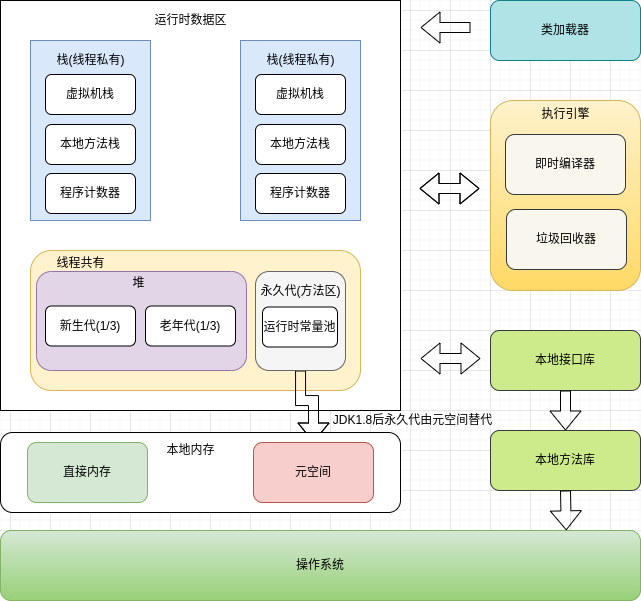
Earlier version of the draw.io export jvm/images/jvm内存概览.png (BigYoungBrother/bricks-doc). Source tidied: cells renumbered, new cells last; positions are measured from the earlier drawing's top-left corner, leaving out a move shared by most shapes. Its diagram source:
```xml
<mxGraphModel>
  <root>
    <mxCell id="0" />
    <mxCell id="1" parent="0" />
    <mxCell id="2" style="rounded=0;whiteSpace=wrap;html=1;" parent="1" vertex="1">
      <mxGeometry width="400" height="410" as="geometry" />
    </mxCell>
    <mxCell id="3" style="rounded=0;whiteSpace=wrap;html=1;fillColor=#dae8fc;strokeColor=#6c8ebf;" parent="1" vertex="1">
      <mxGeometry x="30" y="40" width="120" height="180" as="geometry" />
    </mxCell>
    <mxCell id="4" value="虚拟机栈" style="rounded=1;whiteSpace=wrap;html=1;" parent="1" vertex="1">
      <mxGeometry x="45" y="74" width="90" height="40" as="geometry" />
    </mxCell>
    <mxCell id="5" value="本地方法栈" style="rounded=1;whiteSpace=wrap;html=1;" parent="1" vertex="1">
      <mxGeometry x="45" y="124" width="90" height="40" as="geometry" />
    </mxCell>
    <mxCell id="6" value="程序计数器" style="rounded=1;whiteSpace=wrap;html=1;" parent="1" vertex="1">
      <mxGeometry x="45" y="173" width="90" height="40" as="geometry" />
    </mxCell>
    <mxCell id="7" value="栈(线程私有)" style="text;html=1;align=center;verticalAlign=middle;strokeColor=none;fillColor=none;" parent="1" vertex="1">
      <mxGeometry x="50" y="50" width="80" height="20" as="geometry" />
    </mxCell>
    <mxCell id="8" style="rounded=0;whiteSpace=wrap;html=1;fillColor=#dae8fc;strokeColor=#6c8ebf;" parent="1" vertex="1">
      <mxGeometry x="240" y="40" width="120" height="180" as="geometry" />
    </mxCell>
    <mxCell id="9" value="虚拟机栈" style="rounded=1;whiteSpace=wrap;html=1;" parent="1" vertex="1">
      <mxGeometry x="255" y="74" width="90" height="40" as="geometry" />
    </mxCell>
    <mxCell id="10" value="本地方法栈" style="rounded=1;whiteSpace=wrap;html=1;" parent="1" vertex="1">
      <mxGeometry x="255" y="124" width="90" height="40" as="geometry" />
    </mxCell>
    <mxCell id="11" value="程序计数器" style="rounded=1;whiteSpace=wrap;html=1;" parent="1" vertex="1">
      <mxGeometry x="255" y="173" width="90" height="40" as="geometry" />
    </mxCell>
    <mxCell id="12" value="栈(线程私有)" style="text;html=1;align=center;verticalAlign=middle;strokeColor=none;fillColor=none;" parent="1" vertex="1">
      <mxGeometry x="260" y="50" width="80" height="20" as="geometry" />
    </mxCell>
    <mxCell id="13" style="rounded=1;whiteSpace=wrap;html=1;fillColor=#fff2cc;strokeColor=#d6b656;" parent="1" vertex="1">
      <mxGeometry x="30" y="250" width="330" height="140" as="geometry" />
    </mxCell>
    <mxCell id="14" value="运行时数据区" style="text;html=1;align=center;verticalAlign=middle;strokeColor=none;fillColor=none;" parent="1" vertex="1">
      <mxGeometry x="145" y="10" width="90" height="20" as="geometry" />
    </mxCell>
    <mxCell id="15" value="线程共有" style="text;html=1;align=center;verticalAlign=middle;strokeColor=none;fillColor=none;" parent="1" vertex="1">
      <mxGeometry x="50" y="253" width="60" height="20" as="geometry" />
    </mxCell>
    <mxCell id="16" style="rounded=1;whiteSpace=wrap;html=1;fillColor=#e1d5e7;strokeColor=#9673a6;" parent="1" vertex="1">
      <mxGeometry x="36" y="271" width="210" height="99" as="geometry" />
    </mxCell>
    <mxCell id="17" value="新生代(1/3)" style="rounded=1;whiteSpace=wrap;html=1;" parent="1" vertex="1">
      <mxGeometry x="45" y="305.5" width="90" height="40" as="geometry" />
    </mxCell>
    <mxCell id="18" value="老年代(1/3)" style="rounded=1;whiteSpace=wrap;html=1;" parent="1" vertex="1">
      <mxGeometry x="145" y="305.5" width="90" height="40" as="geometry" />
    </mxCell>
    <mxCell id="19" style="edgeStyle=orthogonalEdgeStyle;rounded=0;jettySize=auto;html=1;shape=flexArrow;" parent="1" edge="1" source="20" target="41">
      <mxGeometry relative="1" as="geometry">
        <Array as="points">
          <mxPoint x="300" y="400" />
          <mxPoint x="313" y="400" />
        </Array>
      </mxGeometry>
    </mxCell>
    <mxCell id="20" style="rounded=1;whiteSpace=wrap;html=1;fillColor=#f5f5f5;strokeColor=#666666;fontColor=#333333;" parent="1" vertex="1">
      <mxGeometry x="255" y="271" width="90" height="99" as="geometry" />
    </mxCell>
    <mxCell id="21" value="堆" style="text;html=1;align=center;verticalAlign=middle;strokeColor=none;fillColor=none;" parent="1" vertex="1">
      <mxGeometry x="123" y="273" width="30" height="20" as="geometry" />
    </mxCell>
    <mxCell id="22" value="永久代(方法区)" style="text;html=1;align=center;verticalAlign=middle;strokeColor=none;fillColor=none;" parent="1" vertex="1">
      <mxGeometry x="250" y="280.5" width="100" height="20" as="geometry" />
    </mxCell>
    <mxCell id="23" value="运行时常量池" style="rounded=1;whiteSpace=wrap;html=1;" parent="1" vertex="1">
      <mxGeometry x="262" y="306.5" width="75" height="40" as="geometry" />
    </mxCell>
    <mxCell id="24" style="shape=flexArrow;endArrow=classic;html=1;rounded=0;" parent="1" edge="1">
      <mxGeometry relative="1" as="geometry">
        <mxPoint x="470" y="27" as="sourcePoint" />
        <mxPoint x="420" y="27" as="targetPoint" />
      </mxGeometry>
    </mxCell>
    <mxCell id="25" value="类加载器" style="rounded=1;whiteSpace=wrap;html=1;fillColor=#b0e3e6;strokeColor=#0e8088;" parent="1" vertex="1">
      <mxGeometry x="490" width="150" height="60" as="geometry" />
    </mxCell>
    <mxCell id="26" value="操作系统" style="rounded=1;whiteSpace=wrap;html=1;fillColor=#d5e8d4;gradientColor=#97d077;strokeColor=#82b366;" parent="1" vertex="1">
      <mxGeometry y="530" width="640" height="70" as="geometry" />
    </mxCell>
    <mxCell id="27" style="rounded=1;whiteSpace=wrap;html=1;fillColor=#fff2cc;gradientColor=#ffd966;strokeColor=#d6b656;" parent="1" vertex="1">
      <mxGeometry x="490" y="100" width="150" height="190" as="geometry" />
    </mxCell>
    <mxCell id="28" value="即时编译器" style="rounded=1;whiteSpace=wrap;html=1;fillColor=#f9f7ed;strokeColor=#36393d;" parent="1" vertex="1">
      <mxGeometry x="505" y="134" width="120" height="60" as="geometry" />
    </mxCell>
    <mxCell id="29" value="垃圾回收器" style="rounded=1;whiteSpace=wrap;html=1;fillColor=#f9f7ed;strokeColor=#36393d;" parent="1" vertex="1">
      <mxGeometry x="506" y="209" width="120" height="60" as="geometry" />
    </mxCell>
    <mxCell id="30" value="执行引擎" style="text;html=1;align=center;verticalAlign=middle;strokeColor=none;fillColor=none;" parent="1" vertex="1">
      <mxGeometry x="535" y="104" width="60" height="20" as="geometry" />
    </mxCell>
    <mxCell id="31" style="shape=flexArrow;endArrow=classic;startArrow=classic;html=1;rounded=0;" parent="1" edge="1">
      <mxGeometry relative="1" as="geometry">
        <mxPoint x="419" y="188" as="sourcePoint" />
        <mxPoint x="479" y="188" as="targetPoint" />
      </mxGeometry>
    </mxCell>
    <mxCell id="32" value="本地接口库" style="rounded=1;whiteSpace=wrap;html=1;fillColor=#cdeb8b;strokeColor=#36393d;" parent="1" vertex="1">
      <mxGeometry x="490" y="330" width="150" height="60" as="geometry" />
    </mxCell>
    <mxCell id="33" style="shape=flexArrow;endArrow=classic;startArrow=classic;html=1;rounded=0;" parent="1" edge="1">
      <mxGeometry relative="1" as="geometry">
        <mxPoint x="419" y="188" as="sourcePoint" />
        <mxPoint x="479" y="188" as="targetPoint" />
      </mxGeometry>
    </mxCell>
    <mxCell id="34" style="shape=flexArrow;endArrow=classic;startArrow=classic;html=1;rounded=0;" parent="1" edge="1">
      <mxGeometry relative="1" as="geometry">
        <mxPoint x="420" y="358" as="sourcePoint" />
        <mxPoint x="480" y="358" as="targetPoint" />
      </mxGeometry>
    </mxCell>
    <mxCell id="35" value="本地方法库" style="rounded=1;whiteSpace=wrap;html=1;fillColor=#cdeb8b;strokeColor=#36393d;" parent="1" vertex="1">
      <mxGeometry x="490" y="430" width="150" height="60" as="geometry" />
    </mxCell>
    <mxCell id="36" style="shape=flexArrow;endArrow=classic;html=1;rounded=0;exitX=0.5;exitY=1;exitDx=0;exitDy=0;" parent="1" edge="1" source="32" target="35">
      <mxGeometry relative="1" as="geometry" />
    </mxCell>
    <mxCell id="37" style="shape=flexArrow;endArrow=classic;html=1;rounded=0;entryX=0.884;entryY=-0.002;entryDx=0;entryDy=0;entryPerimeter=0;exitX=0.5;exitY=1;exitDx=0;exitDy=0;" parent="1" edge="1" source="35" target="26">
      <mxGeometry relative="1" as="geometry" />
    </mxCell>
    <mxCell id="38" style="rounded=1;whiteSpace=wrap;html=1;" parent="1" vertex="1">
      <mxGeometry y="432" width="400" height="80" as="geometry" />
    </mxCell>
    <mxCell id="39" value="本地内存" style="text;html=1;align=center;verticalAlign=middle;strokeColor=none;fillColor=none;" parent="1" vertex="1">
      <mxGeometry x="160" y="440" width="60" height="20" as="geometry" />
    </mxCell>
    <mxCell id="40" value="直接内存" style="rounded=1;whiteSpace=wrap;html=1;fillColor=#d5e8d4;strokeColor=#82b366;" parent="1" vertex="1">
      <mxGeometry x="27" y="442" width="120" height="60" as="geometry" />
    </mxCell>
    <mxCell id="41" value="元空间" style="rounded=1;whiteSpace=wrap;html=1;fillColor=#f8cecc;strokeColor=#b85450;" parent="1" vertex="1">
      <mxGeometry x="253" y="442" width="120" height="60" as="geometry" />
    </mxCell>
    <mxCell id="42" value="JDK1.8后永久代由元空间替代" style="text;html=1;align=center;verticalAlign=middle;strokeColor=none;fillColor=none;" parent="1" vertex="1">
      <mxGeometry x="327" y="410" width="170" height="20" as="geometry" />
    </mxCell>
  </root>
</mxGraphModel>
```
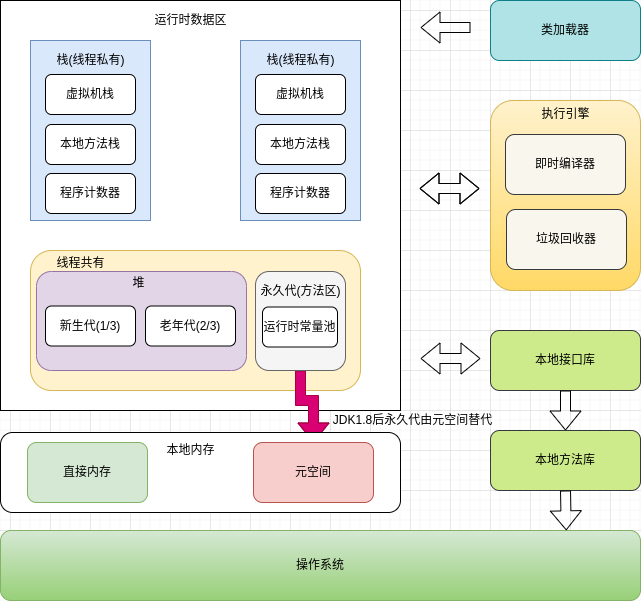
After the change.

Commit message:
JVM运行机制图

Change to the diagram source:
```diff
@@ -50,10 +50,10 @@
     <mxCell id="17" value="新生代(1/3)" style="rounded=1;whiteSpace=wrap;html=1;" parent="1" vertex="1">
       <mxGeometry x="45" y="305.5" width="90" height="40" as="geometry" />
     </mxCell>
-    <mxCell id="18" value="老年代(1/3)" style="rounded=1;whiteSpace=wrap;html=1;" parent="1" vertex="1">
+    <mxCell id="18" value="老年代(2/3)" style="rounded=1;whiteSpace=wrap;html=1;" parent="1" vertex="1">
       <mxGeometry x="145" y="305.5" width="90" height="40" as="geometry" />
     </mxCell>
-    <mxCell id="19" style="edgeStyle=orthogonalEdgeStyle;rounded=0;jettySize=auto;html=1;shape=flexArrow;" parent="1" edge="1" source="20" target="41">
+    <mxCell id="19" style="edgeStyle=orthogonalEdgeStyle;rounded=0;jettySize=auto;html=1;shape=flexArrow;fillColor=#d80073;strokeColor=#A50040;" parent="1" edge="1" source="20" target="41">
       <mxGeometry relative="1" as="geometry">
         <Array as="points">
           <mxPoint x="300" y="400" />
```
